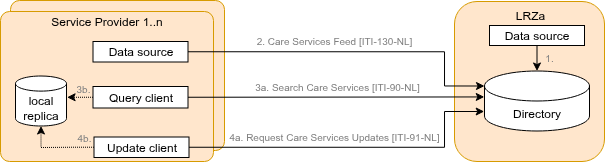
This is input/images/careservices-overview-transactions.png from minvws/generiekefuncties-docs, a draw.io export, as it was before one commit. Source tidied: cells renumbered, new cells last; positions are measured from the earlier drawing's top-left corner, leaving out a move shared by most shapes.
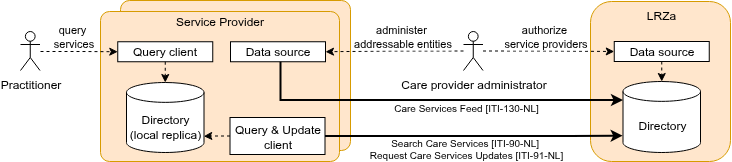
The same diagram one commit later.

What changed in the source:
```diff
@@ -3,83 +3,93 @@
     <mxCell id="0" />
     <mxCell id="1" parent="0" />
     <mxCell id="2" style="rounded=1;whiteSpace=wrap;html=1;verticalAlign=top;align=center;fillColor=#ffe6cc;strokeColor=#d79b00;horizontal=1;arcSize=6;spacingTop=-4;" parent="1" vertex="1">
-      <mxGeometry x="10" width="214" height="150" as="geometry" />
+      <mxGeometry x="-6" width="230" height="150" as="geometry" />
     </mxCell>
-    <mxCell id="3" value="Service Provider 1..n" style="rounded=1;whiteSpace=wrap;html=1;verticalAlign=top;align=center;fillColor=#ffe6cc;strokeColor=#d79b00;horizontal=1;arcSize=6;spacingTop=-4;" parent="1" vertex="1">
-      <mxGeometry y="11" width="213" height="150" as="geometry" />
+    <mxCell id="3" value="Service Provider" style="rounded=1;whiteSpace=wrap;html=1;verticalAlign=top;align=center;fillColor=#ffe6cc;strokeColor=#d79b00;horizontal=1;arcSize=6;spacingTop=-4;" parent="1" vertex="1">
+      <mxGeometry x="-26" y="11" width="239" height="150" as="geometry" />
     </mxCell>
     <mxCell id="4" value="LRZa" style="rounded=1;whiteSpace=wrap;html=1;verticalAlign=top;align=center;fillColor=#ffe6cc;strokeColor=#d79b00;spacingLeft=9;horizontal=1;spacingRight=7;" parent="1" vertex="1">
-      <mxGeometry x="454" y="1" width="150" height="160" as="geometry" />
+      <mxGeometry x="464" y="1" width="140" height="160" as="geometry" />
     </mxCell>
-    <mxCell id="5" value="&lt;div&gt;Directory&lt;/div&gt;" style="shape=cylinder3;whiteSpace=wrap;html=1;boundedLbl=1;backgroundOutline=1;size=15;" parent="1" vertex="1">
-      <mxGeometry x="484" y="70.5" width="105" height="60" as="geometry" />
+    <mxCell id="5" value="&lt;div&gt;Directory&lt;/div&gt;" style="shape=cylinder3;whiteSpace=wrap;html=1;boundedLbl=1;backgroundOutline=1;size=9.928571428571502;" parent="1" vertex="1">
+      <mxGeometry x="496.5" y="81" width="77.5" height="71" as="geometry" />
     </mxCell>
-    <mxCell id="6" value="local replica" style="shape=cylinder3;whiteSpace=wrap;html=1;boundedLbl=1;backgroundOutline=1;size=7.555555555555543;" parent="1" vertex="1">
-      <mxGeometry x="15" y="75.5" width="51" height="50" as="geometry" />
-    </mxCell>
-    <mxCell id="7" style="edgeStyle=orthogonalEdgeStyle;rounded=0;jettySize=auto;html=1;jumpStyle=arc;exitX=1;exitY=0.5;exitDx=0;exitDy=0;entryX=-0.002;entryY=0.432;entryDx=0;entryDy=0;entryPerimeter=0;" parent="1" edge="1" source="8" target="5">
-      <mxGeometry relative="1" as="geometry" />
-    </mxCell>
-    <mxCell id="8" value="Query&amp;nbsp;&lt;span style=&quot;background-color: transparent; color: light-dark(rgb(0, 0, 0), rgb(255, 255, 255));&quot;&gt;client&lt;/span&gt;" style="rounded=0;whiteSpace=wrap;html=1;" parent="1" vertex="1">
-      <mxGeometry x="92.5" y="86" width="95" height="21.5" as="geometry" />
-    </mxCell>
-    <mxCell id="9" value="Update client" style="rounded=0;whiteSpace=wrap;html=1;" parent="1" vertex="1">
-      <mxGeometry x="93.5" y="136.5" width="95" height="20.5" as="geometry" />
+    <mxCell id="9" value="Query &amp;amp; Update client" style="rounded=0;whiteSpace=wrap;html=1;" parent="1" vertex="1">
+      <mxGeometry x="103.5" y="117" width="95" height="37" as="geometry" />
     </mxCell>
     <mxCell id="10" value="Data source" style="rounded=0;whiteSpace=wrap;html=1;" parent="1" vertex="1">
-      <mxGeometry x="489" y="25" width="95" height="20" as="geometry" />
+      <mxGeometry x="487.8" y="41" width="95" height="20" as="geometry" />
     </mxCell>
-    <mxCell id="11" style="rounded=0;jettySize=auto;html=1;exitX=1;exitY=0.5;exitDx=0;exitDy=0;edgeStyle=orthogonalEdgeStyle;entryX=-0.003;entryY=0.681;entryDx=0;entryDy=0;entryPerimeter=0;" parent="1" edge="1" source="9" target="5">
+    <mxCell id="11" style="rounded=0;jettySize=auto;html=1;exitX=1;exitY=0.5;exitDx=0;exitDy=0;edgeStyle=orthogonalEdgeStyle;entryX=-0.004;entryY=0.763;entryDx=0;entryDy=0;entryPerimeter=0;strokeWidth=2;" parent="1" edge="1" source="9" target="5">
       <mxGeometry relative="1" as="geometry">
         <Array as="points">
-          <mxPoint x="444" y="147" />
-          <mxPoint x="444" y="111" />
-          <mxPoint x="484" y="111" />
+          <mxPoint x="444" y="136" />
+          <mxPoint x="496" y="135" />
         </Array>
       </mxGeometry>
     </mxCell>
-    <mxCell id="12" value="2. Care Services Feed [ITI-130-NL]" style="text;html=1;align=center;verticalAlign=middle;whiteSpace=wrap;rounded=0;fontSize=10;fontColor=#808080;rotation=0;" parent="1" vertex="1">
-      <mxGeometry x="244" y="35" width="180" height="10" as="geometry" />
+    <mxCell id="12" value="Care Services Feed [ITI-130-NL]" style="text;html=1;align=center;verticalAlign=middle;whiteSpace=wrap;rounded=0;fontSize=10;fontColor=#000000;rotation=0;" parent="1" vertex="1">
+      <mxGeometry x="250" y="102" width="180" height="10" as="geometry" />
     </mxCell>
-    <mxCell id="13" style="edgeStyle=none;rounded=0;jettySize=auto;html=1;entryX=0.5;entryY=0;entryDx=0;entryDy=0;entryPerimeter=0;exitX=0.5;exitY=1;exitDx=0;exitDy=0;" parent="1" edge="1" source="10" target="5">
+    <mxCell id="13" style="edgeStyle=none;rounded=0;jettySize=auto;html=1;entryX=0.5;entryY=0;entryDx=0;entryDy=0;entryPerimeter=0;exitX=0.5;exitY=1;exitDx=0;exitDy=0;dashed=1;" parent="1" edge="1" source="10" target="5">
       <mxGeometry relative="1" as="geometry" />
     </mxCell>
+    <mxCell id="19" value="Search Care Services [ITI-90-NL]&amp;nbsp;&lt;div&gt;Request Care Services Updates [ITI-91-NL]&lt;/div&gt;" style="text;html=1;align=center;verticalAlign=middle;whiteSpace=wrap;rounded=0;fontSize=10;fontColor=#000000;rotation=0;" parent="1" vertex="1">
+      <mxGeometry x="230" y="135.5" width="220" height="25.5" as="geometry" />
+    </mxCell>
+    <mxCell id="23" value="&lt;div&gt;Directory&lt;/div&gt;&lt;div&gt;(local replica)&lt;/div&gt;" style="shape=cylinder3;whiteSpace=wrap;html=1;boundedLbl=1;backgroundOutline=1;size=9.928571428571502;" parent="1" vertex="1">
+      <mxGeometry y="82" width="77.5" height="70" as="geometry" />
+    </mxCell>
     <mxCell id="14" value="Data source" style="rounded=0;whiteSpace=wrap;html=1;" parent="1" vertex="1">
-      <mxGeometry x="92.5" y="41" width="95" height="20.5" as="geometry" />
+      <mxGeometry x="104" y="41.2" width="95" height="20" as="geometry" />
     </mxCell>
+    <mxCell id="8" value="Query client" style="rounded=0;whiteSpace=wrap;html=1;" parent="1" vertex="1">
+      <mxGeometry x="-8.8" y="41.2" width="95" height="20" as="geometry" />
+    </mxCell>
-    <mxCell id="15" style="edgeStyle=orthogonalEdgeStyle;rounded=0;jettySize=auto;html=1;exitX=1;exitY=0.5;exitDx=0;exitDy=0;entryX=0;entryY=0;entryDx=0;entryDy=15;entryPerimeter=0;" parent="1" edge="1" source="14" target="5">
+    <mxCell id="15" style="edgeStyle=orthogonalEdgeStyle;rounded=0;jettySize=auto;html=1;entryX=0;entryY=0;entryDx=0;entryDy=18.58928571428575;entryPerimeter=0;strokeWidth=2;" parent="1" edge="1" source="14" target="5">
       <mxGeometry relative="1" as="geometry">
         <Array as="points">
-          <mxPoint x="444" y="51" />
-          <mxPoint x="444" y="86" />
+          <mxPoint x="154" y="100" />
         </Array>
       </mxGeometry>
     </mxCell>
-    <mxCell id="16" style="edgeStyle=orthogonalEdgeStyle;rounded=0;jettySize=auto;html=1;exitX=0;exitY=0.5;exitDx=0;exitDy=0;entryX=1.011;entryY=0.417;entryDx=0;entryDy=0;entryPerimeter=0;strokeColor=#000000;dashed=1;dashPattern=1 1;" parent="1" edge="1" source="8" target="6">
-      <mxGeometry relative="1" as="geometry" />
-    </mxCell>
-    <mxCell id="17" value="3a. Search Care Services [ITI-90-NL]" style="text;html=1;align=center;verticalAlign=middle;whiteSpace=wrap;rounded=0;fontSize=10;fontColor=#808080;rotation=0;" parent="1" vertex="1">
-      <mxGeometry x="242" y="81" width="190" height="10" as="geometry" />
-    </mxCell>
-    <mxCell id="18" style="edgeStyle=orthogonalEdgeStyle;rounded=0;jettySize=auto;html=1;entryX=0.5;entryY=1;entryDx=0;entryDy=0;entryPerimeter=0;strokeColor=#000000;dashed=1;dashPattern=1 1;" parent="1" edge="1" source="9" target="6">
-      <mxGeometry relative="1" as="geometry">
-        <Array as="points">
-          <mxPoint x="74" y="147" />
-          <mxPoint x="22" y="147" />
-        </Array>
-      </mxGeometry>
-    </mxCell>
-    <mxCell id="19" value="4a. Request Care Services Updates [ITI-91-NL]" style="text;html=1;align=center;verticalAlign=middle;whiteSpace=wrap;rounded=0;fontSize=10;fontColor=#808080;rotation=0;" parent="1" vertex="1">
-      <mxGeometry x="224" y="130.5" width="220" height="10" as="geometry" />
-    </mxCell>
-    <mxCell id="20" value="1." style="text;html=1;align=center;verticalAlign=middle;whiteSpace=wrap;rounded=0;fontSize=10;fontColor=#808080;rotation=0;" parent="1" vertex="1">
-      <mxGeometry x="534" y="51.5" width="30" height="10" as="geometry" />
-    </mxCell>
-    <mxCell id="21" value="3b." style="text;html=1;align=center;verticalAlign=middle;whiteSpace=wrap;rounded=0;fontSize=10;fontColor=#808080;rotation=0;" parent="1" vertex="1">
-      <mxGeometry x="68" y="83" width="30" height="10" as="geometry" />
-    </mxCell>
-    <mxCell id="22" value="4b." style="text;html=1;align=center;verticalAlign=middle;whiteSpace=wrap;rounded=0;fontSize=10;fontColor=#808080;rotation=0;" parent="1" vertex="1">
-      <mxGeometry x="69" y="131.5" width="30" height="10" as="geometry" />
-    </mxCell>
+    <mxCell id="24" style="edgeStyle=orthogonalEdgeStyle;rounded=0;jettySize=auto;html=1;entryX=0.997;entryY=0.768;entryDx=0;entryDy=0;entryPerimeter=0;dashed=1;" parent="1" edge="1" source="9" target="23">
+      <mxGeometry relative="1" as="geometry" />
+    </mxCell>
+    <mxCell id="25" style="edgeStyle=orthogonalEdgeStyle;rounded=0;jettySize=auto;html=1;entryX=0;entryY=0.5;entryDx=0;entryDy=0;dashed=1;" parent="1" edge="1" target="8">
+      <mxGeometry relative="1" as="geometry">
+        <mxPoint x="-86" y="51" as="sourcePoint" />
+      </mxGeometry>
+    </mxCell>
+    <mxCell id="26" value="query&amp;nbsp;&lt;div&gt;services&lt;/div&gt;" style="edgeLabel;html=1;align=center;verticalAlign=middle;" parent="25" vertex="1">
+      <mxGeometry x="-0.7" relative="1" as="geometry">
+        <mxPoint x="20" y="-16" as="offset" />
+      </mxGeometry>
+    </mxCell>
+    <mxCell id="27" style="edgeStyle=orthogonalEdgeStyle;rounded=0;jettySize=auto;html=1;entryX=0;entryY=0.5;entryDx=0;entryDy=0;dashed=1;" parent="1" edge="1" source="31" target="10">
+      <mxGeometry relative="1" as="geometry" />
+    </mxCell>
+    <mxCell id="28" value="authorize&amp;nbsp;&lt;div&gt;service providers&lt;/div&gt;" style="edgeLabel;html=1;align=center;verticalAlign=middle;" parent="27" vertex="1">
+      <mxGeometry x="-0.29" y="-2" relative="1" as="geometry">
+        <mxPoint x="15" y="-17" as="offset" />
+      </mxGeometry>
+    </mxCell>
+    <mxCell id="29" style="edgeStyle=orthogonalEdgeStyle;rounded=0;jettySize=auto;html=1;entryX=1;entryY=0.5;entryDx=0;entryDy=0;dashed=1;" parent="1" edge="1" source="31" target="14">
+      <mxGeometry relative="1" as="geometry" />
+    </mxCell>
+    <mxCell id="30" value="administer&amp;nbsp;&lt;div&gt;addressable entities&lt;/div&gt;" style="edgeLabel;html=1;align=center;verticalAlign=middle;" parent="29" vertex="1">
+      <mxGeometry x="-0.22" relative="1" as="geometry">
+        <mxPoint x="-8" y="-15" as="offset" />
+      </mxGeometry>
+    </mxCell>
+    <mxCell id="31" value="Care provider administrator" style="shape=umlActor;verticalLabelPosition=bottom;verticalAlign=top;html=1;outlineConnect=0;" parent="1" vertex="1">
+      <mxGeometry x="337" y="31" width="19.5" height="39" as="geometry" />
+    </mxCell>
+    <mxCell id="32" value="Practitioner" style="shape=umlActor;verticalLabelPosition=bottom;verticalAlign=top;html=1;" parent="1" vertex="1">
+      <mxGeometry x="-106" y="31" width="19.5" height="39" as="geometry" />
+    </mxCell>
+    <mxCell id="33" style="edgeStyle=none;jettySize=auto;html=1;rounded=0;dashed=1;entryX=0.5;entryY=0;entryDx=0;entryDy=0;entryPerimeter=0;exitX=0.5;exitY=1;exitDx=0;exitDy=0;" parent="1" edge="1" source="8" target="23">
+      <mxGeometry relative="1" as="geometry" />
+    </mxCell>
   </root>
 </mxGraphModel>
```
